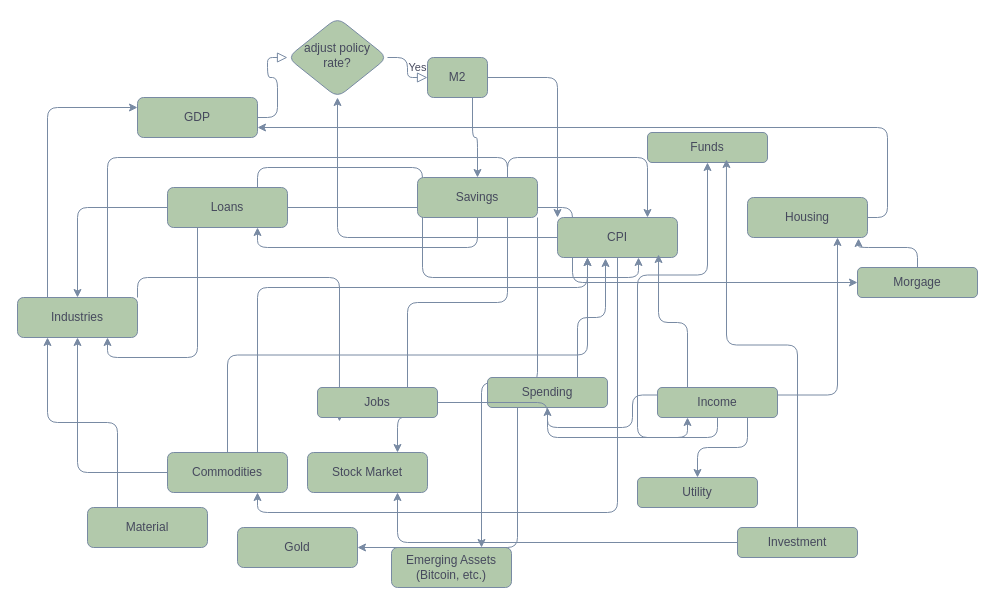
Earlier version of the draw.io diagram concept.drawio (quantalucia/qli). Source tidied: cells renumbered, new cells numbered last; positions are measured from the earlier drawing's top-left corner, leaving out a move shared by most shapes. Both pictures are drawn from the tidied source at 100%, with x=0, y=0 at pixel (17, 17).
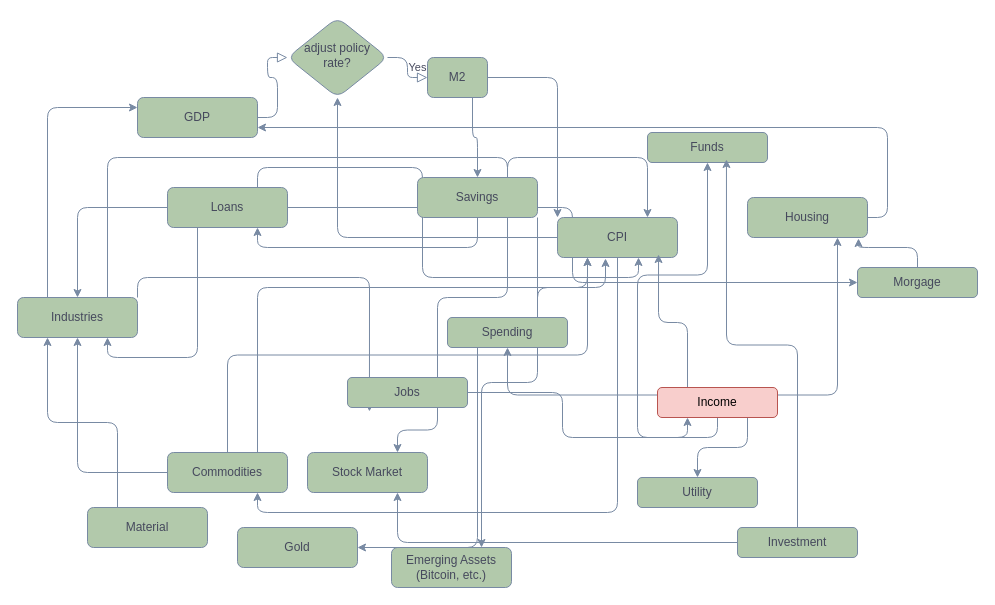
The same page after the edit.

The edit, as a diff of the source:
```diff
@@
-    <mxCell id="31" value="Income" style="rounded=1;whiteSpace=wrap;html=1;fontSize=12;glass=0;strokeWidth=1;shadow=0;fillColor=#B2C9AB;strokeColor=#788AA3;fontColor=#46495D;" parent="1" vertex="1">
+    <mxCell id="31" value="Income" style="rounded=1;whiteSpace=wrap;html=1;fontSize=12;glass=0;strokeWidth=1;shadow=0;fillColor=#f8cecc;strokeColor=#b85450;" parent="1" vertex="1">
       <mxGeometry x="640" y="370" width="120" height="30" as="geometry" />
     </mxCell>
@@
     <mxCell id="48" value="Spending" style="rounded=1;whiteSpace=wrap;html=1;fontSize=12;glass=0;strokeWidth=1;shadow=0;fillColor=#B2C9AB;strokeColor=#788AA3;fontColor=#46495D;" parent="1" vertex="1">
-      <mxGeometry x="470" y="360" width="120" height="30" as="geometry" />
+      <mxGeometry x="430" y="300" width="120" height="30" as="geometry" />
     </mxCell>
@@
     <mxCell id="54" value="Jobs" style="rounded=1;whiteSpace=wrap;html=1;fontSize=12;glass=0;strokeWidth=1;shadow=0;fillColor=#B2C9AB;strokeColor=#788AA3;fontColor=#46495D;" parent="1" vertex="1">
-      <mxGeometry x="300" y="370" width="120" height="30" as="geometry" />
+      <mxGeometry x="330" y="360" width="120" height="30" as="geometry" />
     </mxCell>
```
